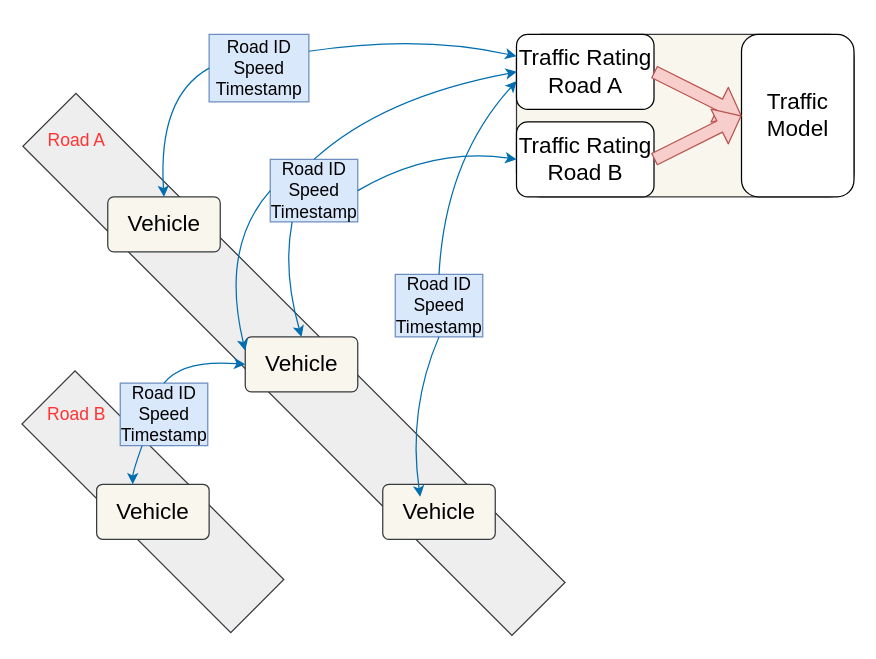
Before: ecotrec_traffic_model.drawio in prashant2063/diagrams, a draw.io diagram. Source tidied: cells renumbered, new cells numbered last; positions are measured from the earlier drawing's top-left corner, leaving out a move shared by most shapes. Both pictures are drawn from the tidied source at 125%, with x=0, y=0 at pixel (-52, 34).
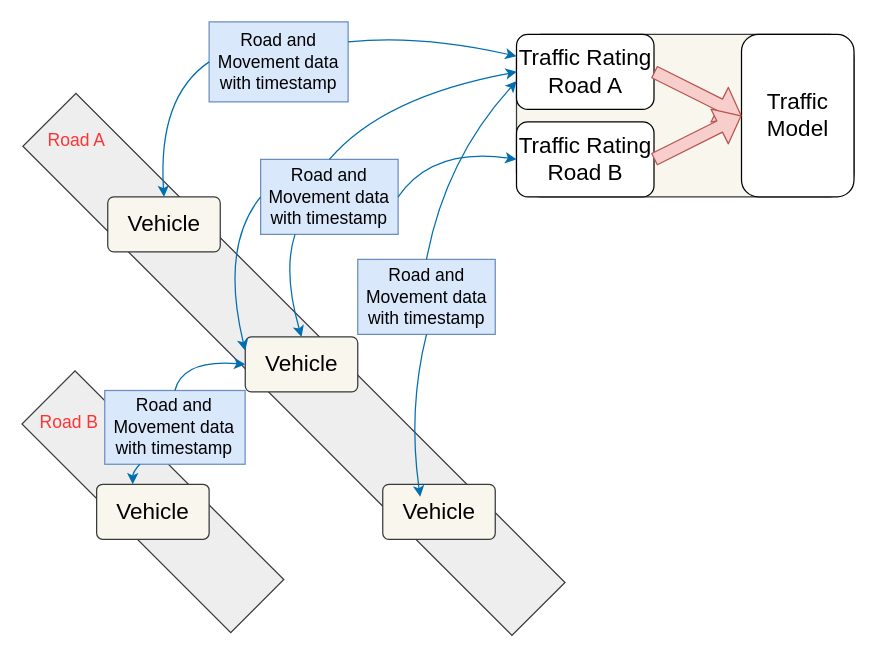
Above is the later version.

Diff of the diagram source:
```diff
@@
     <mxCell id="15" value="&lt;font color=&quot;#ff3333&quot; style=&quot;font-size: 14px&quot;&gt;Road B&lt;/font&gt;" style="text;html=1;strokeColor=none;fillColor=none;align=center;verticalAlign=middle;whiteSpace=wrap;rounded=0;" parent="1" vertex="1">
-      <mxGeometry x="77.7" y="294" width="50" height="20" as="geometry" />
+      <mxGeometry x="72.3" y="300" width="50" height="20" as="geometry" />
     </mxCell>
-    <mxCell id="16" value="&lt;font style=&quot;font-size: 14px&quot;&gt;Road ID&lt;br&gt;Speed&lt;br&gt;Timestamp&lt;/font&gt;" style="rounded=0;whiteSpace=wrap;html=1;fillColor=#dae8fc;strokeColor=#6c8ebf;" parent="1" vertex="1">
-      <mxGeometry x="137.7" y="279" width="70" height="50" as="geometry" />
+    <mxCell id="16" value="&lt;span style=&quot;font-size: 14px&quot;&gt;Road and Movement data with timestamp&lt;/span&gt;" style="rounded=0;whiteSpace=wrap;html=1;fillColor=#dae8fc;strokeColor=#6c8ebf;" parent="1" vertex="1">
+      <mxGeometry x="125.3" y="284.9" width="112.3" height="59" as="geometry" />
     </mxCell>
-    <mxCell id="17" value="&lt;font style=&quot;font-size: 14px&quot;&gt;Road ID&lt;br&gt;Speed&lt;br&gt;Timestamp&lt;/font&gt;" style="rounded=0;whiteSpace=wrap;html=1;fillColor=#dae8fc;strokeColor=#6c8ebf;" parent="1" vertex="1">
-      <mxGeometry x="208.8" width="79.8" height="54" as="geometry" />
+    <mxCell id="17" value="&lt;span style=&quot;font-size: 14px&quot;&gt;Road and Movement data with timestamp&lt;/span&gt;" style="rounded=0;whiteSpace=wrap;html=1;fillColor=#dae8fc;strokeColor=#6c8ebf;" parent="1" vertex="1">
+      <mxGeometry x="208.8" y="-10" width="111.2" height="64" as="geometry" />
     </mxCell>
-    <mxCell id="18" value="&lt;font style=&quot;font-size: 14px&quot;&gt;Road ID&lt;br&gt;Speed&lt;br&gt;Timestamp&lt;/font&gt;" style="rounded=0;whiteSpace=wrap;html=1;fillColor=#dae8fc;strokeColor=#6c8ebf;" parent="1" vertex="1">
-      <mxGeometry x="357.7" y="192" width="70" height="50" as="geometry" />
+    <mxCell id="18" value="&lt;span style=&quot;font-size: 14px&quot;&gt;Road and Movement data with timestamp&lt;/span&gt;" style="rounded=0;whiteSpace=wrap;html=1;fillColor=#dae8fc;strokeColor=#6c8ebf;" parent="1" vertex="1">
+      <mxGeometry x="327.7" y="180" width="110" height="60" as="geometry" />
     </mxCell>
-    <mxCell id="19" value="&lt;font style=&quot;font-size: 14px&quot;&gt;Road ID&lt;br&gt;Speed&lt;br&gt;Timestamp&lt;/font&gt;" style="rounded=0;whiteSpace=wrap;html=1;fillColor=#dae8fc;strokeColor=#6c8ebf;" parent="1" vertex="1">
-      <mxGeometry x="257.7" y="100" width="70" height="50" as="geometry" />
+    <mxCell id="19" value="&lt;span style=&quot;font-size: 14px&quot;&gt;Road and Movement data with timestamp&lt;/span&gt;" style="rounded=0;whiteSpace=wrap;html=1;fillColor=#dae8fc;strokeColor=#6c8ebf;" parent="1" vertex="1">
+      <mxGeometry x="250" y="100" width="110" height="60" as="geometry" />
     </mxCell>
```
